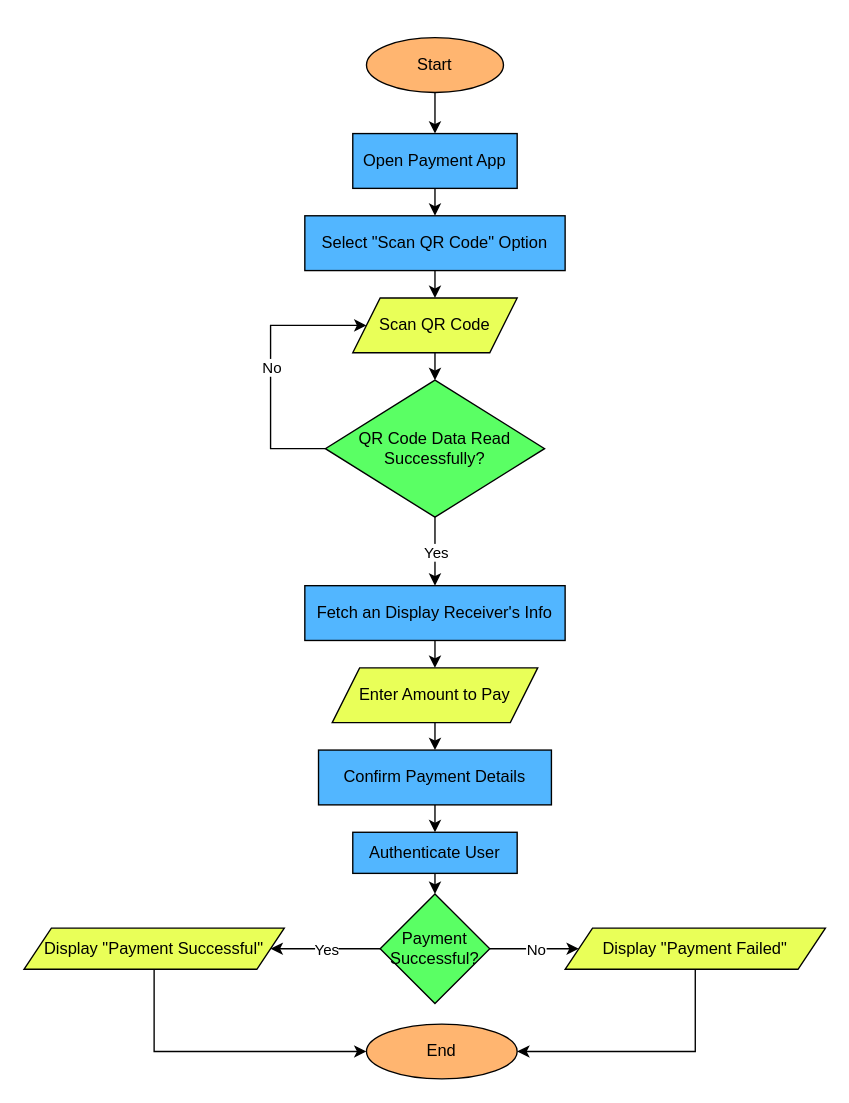
This is Aarohi.drawio from dikshyarai10/CHM, a draw.io file, before an edit. Source tidied: cells renumbered, new cells numbered last; positions are measured from the earlier drawing's top-left corner, leaving out a move shared by most shapes. Both pictures are drawn from the tidied source at 137%, with x=0, y=0 at pixel (23, 37).
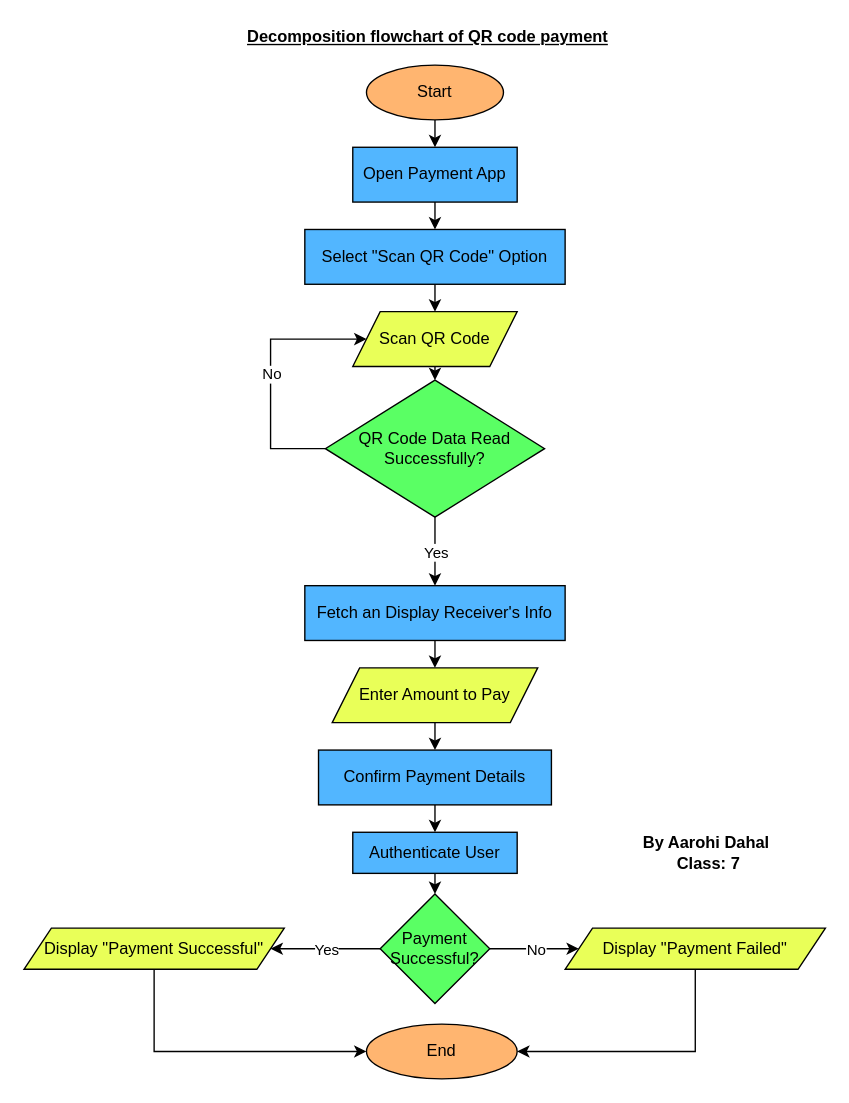
Above is the later version.

The change refers to these unchanged cells:
```xml
<mxCell id="6" value="QR Code Data Read Successfully?" style="rhombus;whiteSpace=wrap;html=1;fillColor=#5AFF64;" parent="1" vertex="1">
  <mxGeometry x="220" y="250" width="160" height="100" as="geometry" />
</mxCell>
```

Diff of the diagram source:
```diff
@@
     <mxCell id="2" value="Start" style="ellipse;whiteSpace=wrap;html=1;fillColor=#FFB570;strokeColor=default;" parent="1" vertex="1">
-      <mxGeometry x="250" width="100" height="40" as="geometry" />
+      <mxGeometry x="250" y="20" width="100" height="40" as="geometry" />
     </mxCell>
     <mxCell id="3" value="Open Payment App" style="rounded=0;whiteSpace=wrap;html=1;fillColor=#52B6FF;" parent="1" vertex="1">
-      <mxGeometry x="240" y="70" width="120" height="40" as="geometry" />
+      <mxGeometry x="240" y="80" width="120" height="40" as="geometry" />
     </mxCell>
     <mxCell id="4" value="Select &quot;Scan QR Code&quot; Option" style="rounded=0;whiteSpace=wrap;html=1;fillColor=#52B6FF;" parent="1" vertex="1">
-      <mxGeometry x="205" y="130" width="190" height="40" as="geometry" />
+      <mxGeometry x="205" y="140" width="190" height="40" as="geometry" />
     </mxCell>
     <mxCell id="5" value="Scan QR Code" style="shape=parallelogram;perimeter=parallelogramPerimeter;whiteSpace=wrap;html=1;fixedSize=1;fillColor=#E9FF58;" parent="1" vertex="1">
-      <mxGeometry x="240" y="190" width="120" height="40" as="geometry" />
+      <mxGeometry x="240" y="200" width="120" height="40" as="geometry" />
     </mxCell>
@@
     <mxCell id="21" style="endArrow=classic;html=1;rounded=0;exitX=0;exitY=0.5;exitDx=0;exitDy=0;entryX=0;entryY=0.5;entryDx=0;entryDy=0;" parent="1" edge="1" source="6" target="5">
       <mxGeometry relative="1" as="geometry">
         <Array as="points">
           <mxPoint x="180" y="300" />
-          <mxPoint x="180" y="210" />
+          <mxPoint x="180" y="220" />
         </Array>
       </mxGeometry>
     </mxCell>
@@
+    <mxCell id="33" value="&lt;b&gt;&lt;u&gt;Decomposition flowchart of QR code payment&lt;/u&gt;&lt;/b&gt;" style="text;html=1;align=center;verticalAlign=middle;whiteSpace=wrap;rounded=0;" parent="1" vertex="1">
+      <mxGeometry x="150" y="-10" width="290" height="20" as="geometry" />
+    </mxCell>
+    <mxCell id="34" value="&lt;b&gt;By Aarohi Dahal&amp;nbsp;&lt;/b&gt;&lt;div&gt;&lt;b&gt;Class: 7&lt;/b&gt;&lt;/div&gt;" style="text;html=1;align=center;verticalAlign=middle;whiteSpace=wrap;rounded=0;" parent="1" vertex="1">
+      <mxGeometry x="440" y="570" width="120" height="50" as="geometry" />
+    </mxCell>
```
